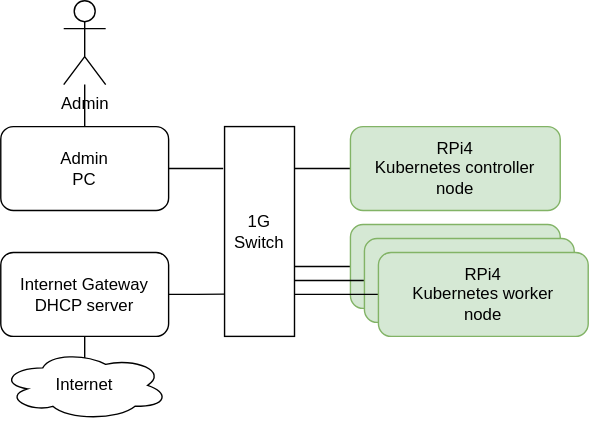
Above: k8s-cluster/docs/architecture.svg in jveverka/rpi-projects (draw.io), before the change. Source tidied: cells renumbered, new cells last; positions are measured from the earlier drawing's top-left corner, leaving out a move shared by most shapes.
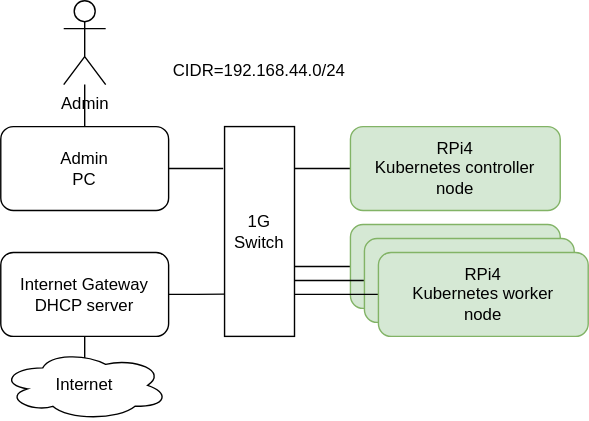
The same diagram one commit later.

Diff of the diagram source:
```diff
@@ -83,5 +83,8 @@
     <mxCell id="18" value="Admin" style="shape=umlActor;verticalLabelPosition=bottom;verticalAlign=top;html=1;outlineConnect=0;" parent="1" vertex="1">
       <mxGeometry x="45" width="30" height="60" as="geometry" />
     </mxCell>
+    <mxCell id="19" value="CIDR=192.168.44.0/24" style="text;html=1;strokeColor=none;fillColor=none;align=center;verticalAlign=middle;whiteSpace=wrap;rounded=0;" parent="1" vertex="1">
+      <mxGeometry x="105" y="40" width="160" height="20" as="geometry" />
+    </mxCell>
   </root>
 </mxGraphModel>
```
